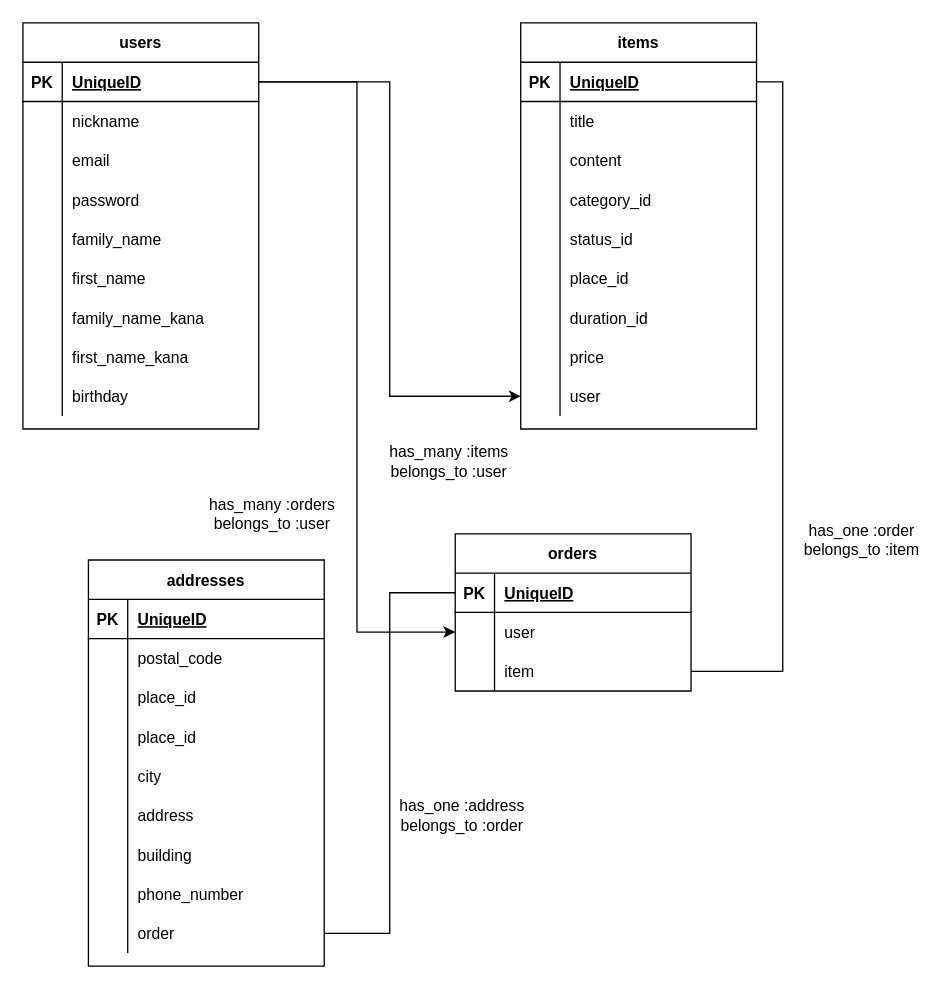
tokiya-takai/furima-33949 keeps this draw.io diagram as er.dio. Above is the earlier version. Source tidied: cells renumbered, new cells numbered last; positions are measured from the earlier drawing's top-left corner, leaving out a move shared by most shapes. Both pictures are drawn from the tidied source at 131%, with x=0, y=0 at pixel (22, 22).
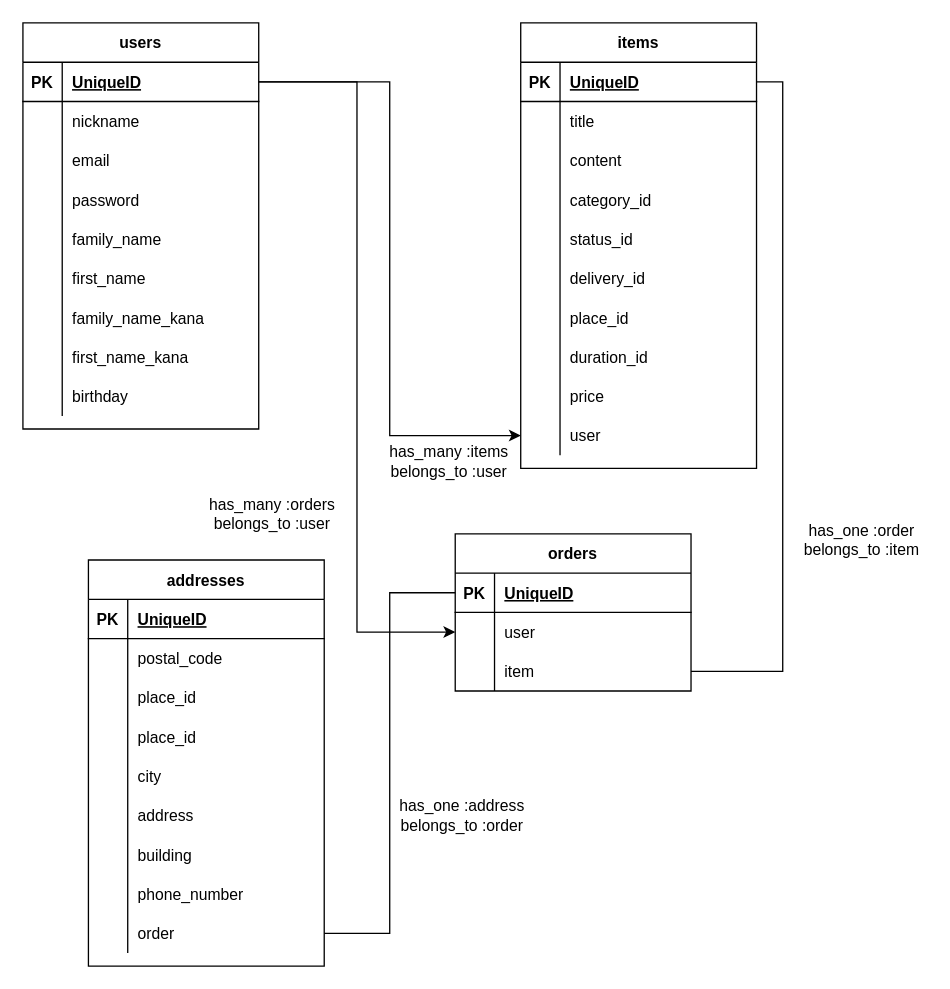
Above is the later version.

Commit message (it also covers changes not shown here):
テーブル設計の修正4

What changed in the source:
```diff
@@
     <mxCell id="30" value="items" style="shape=table;startSize=30;childLayout=tableLayout;rowLines=0;fontStyle=1;align=center;" parent="1" vertex="1">
-      <mxGeometry x="380" width="180" height="310" as="geometry" />
+      <mxGeometry x="380" width="180" height="340" as="geometry" />
     </mxCell>
@@
+    <mxCell id="104" style="shape=partialRectangle;fillColor=none;top=0;left=0;bottom=0;right=0;" parent="30" vertex="1">
+      <mxGeometry y="180" width="180" height="30" as="geometry" />
+    </mxCell>
+    <mxCell id="105" style="shape=partialRectangle;fillColor=none;top=0;left=0;bottom=0;right=0;overflow=hidden;" parent="104" vertex="1">
+      <mxGeometry width="30" height="30" as="geometry" />
+    </mxCell>
+    <mxCell id="106" value="delivery_id" style="shape=partialRectangle;fillColor=none;top=0;left=0;bottom=0;right=0;align=left;spacingLeft=6;overflow=hidden;" parent="104" vertex="1">
+      <mxGeometry x="30" width="150" height="30" as="geometry" />
+    </mxCell>
     <mxCell id="46" style="shape=partialRectangle;fillColor=none;top=0;left=0;bottom=0;right=0;" parent="30" vertex="1">
-      <mxGeometry y="180" width="180" height="30" as="geometry" />
+      <mxGeometry y="210" width="180" height="30" as="geometry" />
     </mxCell>
@@
     <mxCell id="49" style="shape=partialRectangle;fillColor=none;top=0;left=0;bottom=0;right=0;" parent="30" vertex="1">
-      <mxGeometry y="210" width="180" height="30" as="geometry" />
+      <mxGeometry y="240" width="180" height="30" as="geometry" />
     </mxCell>
@@
     <mxCell id="52" style="shape=partialRectangle;fillColor=none;top=0;left=0;bottom=0;right=0;" parent="30" vertex="1">
-      <mxGeometry y="240" width="180" height="30" as="geometry" />
+      <mxGeometry y="270" width="180" height="30" as="geometry" />
     </mxCell>
@@
     <mxCell id="55" style="shape=partialRectangle;fillColor=none;top=0;left=0;bottom=0;right=0;points=[[0,0.5],[1,0.5]];portConstraint=eastwest;" parent="30" vertex="1">
-      <mxGeometry y="270" width="180" height="30" as="geometry" />
+      <mxGeometry y="300" width="180" height="30" as="geometry" />
     </mxCell>
```
